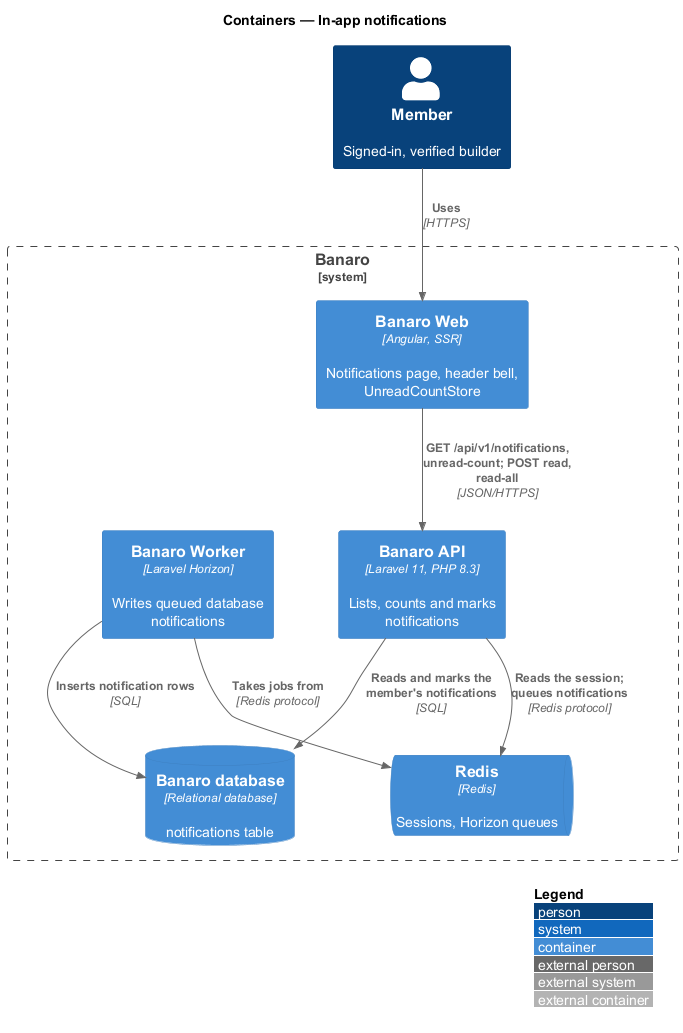
QuinntyneBrown/banaro keeps this PlantUML diagram as docs/detailed-designs/notifications/in-app-notifications/diagrams/c4-container.png. Above is the earlier version. Source of this version:
```plantuml
@startuml
!include <C4/C4_Container>
LAYOUT_WITH_LEGEND()
title Containers — In-app notifications

Person(member, "Member", "Signed-in, verified builder")

System_Boundary(banaro, "Banaro") {
  Container(web, "Banaro Web", "Angular, SSR", "Notifications page, header bell, UnreadCountStore")
  Container(api, "Banaro API", "Laravel 11, PHP 8.3", "Lists, counts and marks notifications")
  Container(worker, "Banaro Worker", "Laravel Horizon", "Writes queued database notifications")
  ContainerDb(db, "Banaro database", "Relational database", "notifications table")
  ContainerQueue(redis, "Redis", "Redis", "Sessions, Horizon queues")
}

Rel(member, web, "Uses", "HTTPS")
Rel(web, api, "GET /api/v1/notifications, unread-count; POST read, read-all", "JSON/HTTPS")
Rel(api, db, "Reads and marks the member's notifications", "SQL")
Rel(api, redis, "Reads the session; queues notifications", "Redis protocol")
Rel(worker, redis, "Takes jobs from", "Redis protocol")
Rel(worker, db, "Inserts notification rows", "SQL")
@enduml
```
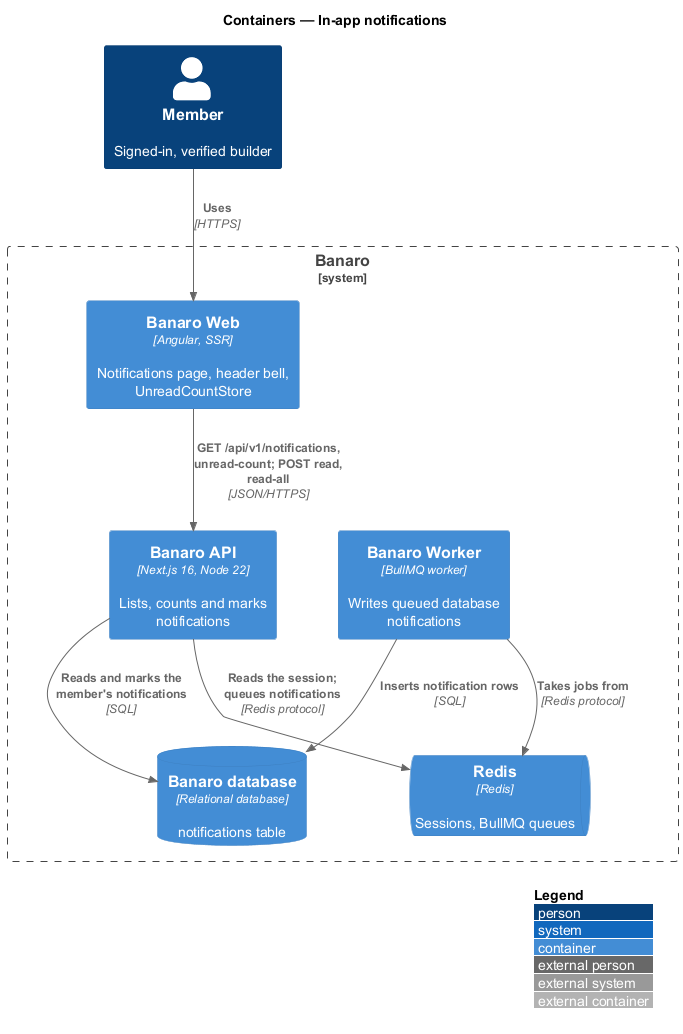
The same file after the commit.

Diff of the diagram source:
```diff
@@ -7,10 +7,10 @@
 
 System_Boundary(banaro, "Banaro") {
   Container(web, "Banaro Web", "Angular, SSR", "Notifications page, header bell, UnreadCountStore")
-  Container(api, "Banaro API", "Laravel 11, PHP 8.3", "Lists, counts and marks notifications")
-  Container(worker, "Banaro Worker", "Laravel Horizon", "Writes queued database notifications")
+  Container(api, "Banaro API", "Next.js 16, Node 22", "Lists, counts and marks notifications")
+  Container(worker, "Banaro Worker", "BullMQ worker", "Writes queued database notifications")
   ContainerDb(db, "Banaro database", "Relational database", "notifications table")
-  ContainerQueue(redis, "Redis", "Redis", "Sessions, Horizon queues")
+  ContainerQueue(redis, "Redis", "Redis", "Sessions, BullMQ queues")
 }
 
 Rel(member, web, "Uses", "HTTPS")
```
